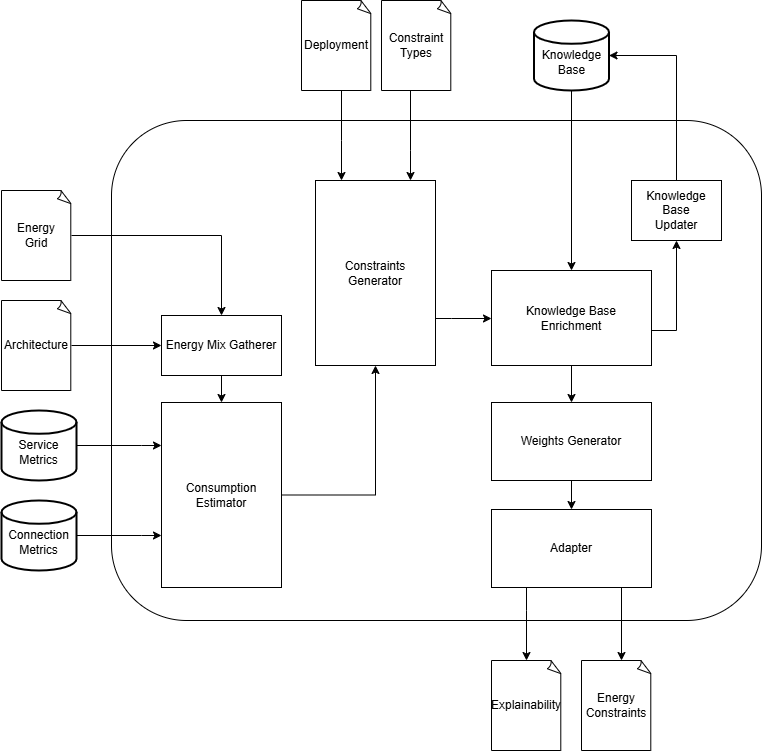
The draw.io diagram images/Energy Analyzer.png in POLIMIGreenISE/green-awareConstraintGenerator, before a commit. Source tidied: cells renumbered, new cells last; positions are measured from the earlier drawing's top-left corner, leaving out a move shared by most shapes.
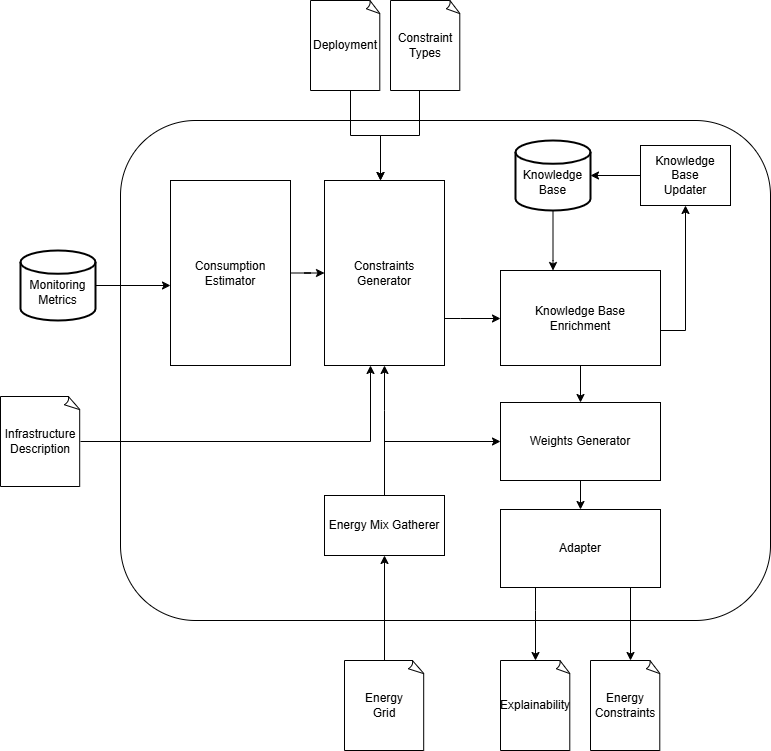
The same diagram one commit later.

The edit, as a diff of the source:
```diff
@@ -8,53 +8,57 @@
     <mxCell id="3" style="edgeStyle=orthogonalEdgeStyle;rounded=0;jettySize=auto;html=1;" parent="1" edge="1" source="4" target="16">
       <mxGeometry relative="1" as="geometry">
         <Array as="points">
-          <mxPoint x="340" y="140" />
-          <mxPoint x="340" y="140" />
+          <mxPoint x="340" y="135" />
+          <mxPoint x="370" y="135" />
         </Array>
       </mxGeometry>
     </mxCell>
     <mxCell id="4" value="Deployment" style="whiteSpace=wrap;html=1;shape=mxgraph.basic.document;" parent="1" vertex="1">
       <mxGeometry x="300" width="70" height="90" as="geometry" />
     </mxCell>
-    <mxCell id="5" style="edgeStyle=orthogonalEdgeStyle;rounded=0;jettySize=auto;html=1;" parent="1" edge="1" source="6" target="14">
-      <mxGeometry relative="1" as="geometry" />
-    </mxCell>
+    <mxCell id="35" style="edgeStyle=orthogonalEdgeStyle;rounded=0;jettySize=auto;html=1;" parent="1" edge="1" source="6" target="16">
+      <mxGeometry relative="1" as="geometry">
+        <Array as="points">
+          <mxPoint x="360" y="441" />
+        </Array>
+      </mxGeometry>
+    </mxCell>
-    <mxCell id="6" value="Architecture" style="whiteSpace=wrap;html=1;shape=mxgraph.basic.document;" parent="1" vertex="1">
-      <mxGeometry y="300" width="70" height="90" as="geometry" />
+    <mxCell id="6" value="Infrastructure&lt;div&gt;Description&lt;/div&gt;" style="whiteSpace=wrap;html=1;shape=mxgraph.basic.document;" parent="1" vertex="1">
+      <mxGeometry x="-10" y="396" width="80" height="90" as="geometry" />
     </mxCell>
-    <mxCell id="7" style="edgeStyle=orthogonalEdgeStyle;rounded=0;jettySize=auto;html=1;" parent="1" edge="1" source="8" target="12">
-      <mxGeometry relative="1" as="geometry">
-        <Array as="points">
-          <mxPoint x="140" y="445" />
-          <mxPoint x="140" y="445" />
-        </Array>
-      </mxGeometry>
-    </mxCell>
-    <mxCell id="8" value="&lt;div&gt;&lt;br&gt;&lt;/div&gt;Service&lt;div&gt;Metrics&lt;/div&gt;" style="strokeWidth=2;html=1;shape=mxgraph.flowchart.database;whiteSpace=wrap;" parent="1" vertex="1">
-      <mxGeometry y="410" width="75" height="70" as="geometry" />
-    </mxCell>
     <mxCell id="9" style="edgeStyle=orthogonalEdgeStyle;rounded=0;jettySize=auto;html=1;" parent="1" edge="1" source="10" target="12">
       <mxGeometry relative="1" as="geometry">
         <Array as="points">
-          <mxPoint x="140" y="535" />
-          <mxPoint x="140" y="535" />
+          <mxPoint x="38" y="290" />
         </Array>
       </mxGeometry>
     </mxCell>
-    <mxCell id="10" value="&lt;div&gt;&lt;br&gt;&lt;/div&gt;&lt;div&gt;Connection&lt;/div&gt;&lt;div&gt;Metrics&lt;/div&gt;" style="strokeWidth=2;html=1;shape=mxgraph.flowchart.database;whiteSpace=wrap;" parent="1" vertex="1">
-      <mxGeometry y="500" width="75" height="70" as="geometry" />
+    <mxCell id="10" value="&lt;br&gt;&lt;div&gt;Monitoring&lt;/div&gt;&lt;div&gt;Metrics&lt;/div&gt;" style="strokeWidth=2;html=1;shape=mxgraph.flowchart.database;whiteSpace=wrap;" parent="1" vertex="1">
+      <mxGeometry x="10" y="250" width="75" height="70" as="geometry" />
     </mxCell>
     <mxCell id="11" style="edgeStyle=orthogonalEdgeStyle;rounded=0;jettySize=auto;html=1;" parent="1" edge="1" source="12" target="16">
       <mxGeometry relative="1" as="geometry" />
     </mxCell>
     <mxCell id="12" value="Consumption&lt;div&gt;Estimator&lt;/div&gt;" style="rounded=0;whiteSpace=wrap;html=1;" parent="1" vertex="1">
-      <mxGeometry x="160" y="402" width="120" height="185" as="geometry" />
+      <mxGeometry x="160" y="180" width="120" height="185" as="geometry" />
     </mxCell>
-    <mxCell id="13" style="edgeStyle=orthogonalEdgeStyle;rounded=0;jettySize=auto;html=1;" parent="1" edge="1" source="14" target="12">
-      <mxGeometry relative="1" as="geometry" />
-    </mxCell>
+    <mxCell id="36" style="edgeStyle=orthogonalEdgeStyle;rounded=0;jettySize=auto;html=1;" parent="1" edge="1" source="14" target="16">
+      <mxGeometry relative="1" as="geometry">
+        <Array as="points">
+          <mxPoint x="374" y="410" />
+          <mxPoint x="374" y="410" />
+        </Array>
+      </mxGeometry>
+    </mxCell>
+    <mxCell id="37" style="edgeStyle=orthogonalEdgeStyle;rounded=0;jettySize=auto;html=1;" parent="1" edge="1" source="14" target="25">
+      <mxGeometry relative="1" as="geometry">
+        <Array as="points">
+          <mxPoint x="374" y="441" />
+        </Array>
+      </mxGeometry>
+    </mxCell>
     <mxCell id="14" value="Energy Mix Gatherer" style="rounded=0;whiteSpace=wrap;html=1;" parent="1" vertex="1">
-      <mxGeometry x="160" y="315" width="120" height="60" as="geometry" />
+      <mxGeometry x="314" y="495" width="120" height="60" as="geometry" />
     </mxCell>
     <mxCell id="15" style="edgeStyle=orthogonalEdgeStyle;rounded=0;jettySize=auto;html=1;" parent="1" edge="1" source="16" target="19">
       <mxGeometry relative="1" as="geometry">
@@ -80,22 +84,23 @@
     <mxCell id="19" value="Knowledge Base&lt;div&gt;Enrichment&lt;/div&gt;" style="rounded=0;whiteSpace=wrap;html=1;" parent="1" vertex="1">
       <mxGeometry x="490" y="270" width="160" height="95" as="geometry" />
     </mxCell>
+    <mxCell id="23" style="edgeStyle=orthogonalEdgeStyle;rounded=0;jettySize=auto;html=1;" parent="1" edge="1" source="20" target="22">
+      <mxGeometry relative="1" as="geometry" />
+    </mxCell>
     <mxCell id="20" value="Knowledge Base&lt;div&gt;Updater&lt;/div&gt;" style="rounded=0;whiteSpace=wrap;html=1;" parent="1" vertex="1">
-      <mxGeometry x="630" y="180" width="90" height="60" as="geometry" />
+      <mxGeometry x="630" y="145" width="90" height="60" as="geometry" />
     </mxCell>
     <mxCell id="21" style="edgeStyle=orthogonalEdgeStyle;rounded=0;jettySize=auto;html=1;" parent="1" edge="1" source="22" target="19">
-      <mxGeometry relative="1" as="geometry" />
+      <mxGeometry relative="1" as="geometry">
+        <Array as="points">
+          <mxPoint x="543" y="260" />
+          <mxPoint x="543" y="260" />
+        </Array>
+      </mxGeometry>
     </mxCell>
     <mxCell id="22" value="&lt;br&gt;&lt;div&gt;Knowledge&lt;/div&gt;&lt;div&gt;Base&lt;/div&gt;" style="strokeWidth=2;html=1;shape=mxgraph.flowchart.database;whiteSpace=wrap;" parent="1" vertex="1">
-      <mxGeometry x="532.5" y="20" width="75" height="70" as="geometry" />
+      <mxGeometry x="505" y="140" width="75" height="70" as="geometry" />
     </mxCell>
-    <mxCell id="23" style="edgeStyle=orthogonalEdgeStyle;rounded=0;jettySize=auto;html=1;entryX=1;entryY=0.5;entryDx=0;entryDy=0;entryPerimeter=0;" parent="1" edge="1" source="20" target="22">
-      <mxGeometry relative="1" as="geometry">
-        <Array as="points">
-          <mxPoint x="675" y="55" />
-        </Array>
-      </mxGeometry>
-    </mxCell>
     <mxCell id="24" style="edgeStyle=orthogonalEdgeStyle;rounded=0;jettySize=auto;html=1;" parent="1" edge="1" source="25" target="30">
       <mxGeometry relative="1" as="geometry" />
     </mxCell>
@@ -105,8 +110,8 @@
     <mxCell id="26" style="edgeStyle=orthogonalEdgeStyle;rounded=0;jettySize=auto;html=1;" parent="1" edge="1" source="27" target="16">
       <mxGeometry relative="1" as="geometry">
         <Array as="points">
-          <mxPoint x="409" y="150" />
-          <mxPoint x="409" y="150" />
+          <mxPoint x="409" y="135" />
+          <mxPoint x="370" y="135" />
         </Array>
       </mxGeometry>
     </mxCell>
@@ -139,7 +144,7 @@
       <mxGeometry relative="1" as="geometry" />
     </mxCell>
     <mxCell id="33" value="Energy&lt;div&gt;Grid&lt;/div&gt;" style="whiteSpace=wrap;html=1;shape=mxgraph.basic.document;" parent="1" vertex="1">
-      <mxGeometry y="190" width="70" height="90" as="geometry" />
+      <mxGeometry x="334" y="660" width="80" height="90" as="geometry" />
     </mxCell>
     <mxCell id="34" value="Explainability" style="whiteSpace=wrap;html=1;shape=mxgraph.basic.document;" parent="1" vertex="1">
       <mxGeometry x="490" y="660" width="70" height="90" as="geometry" />
```
